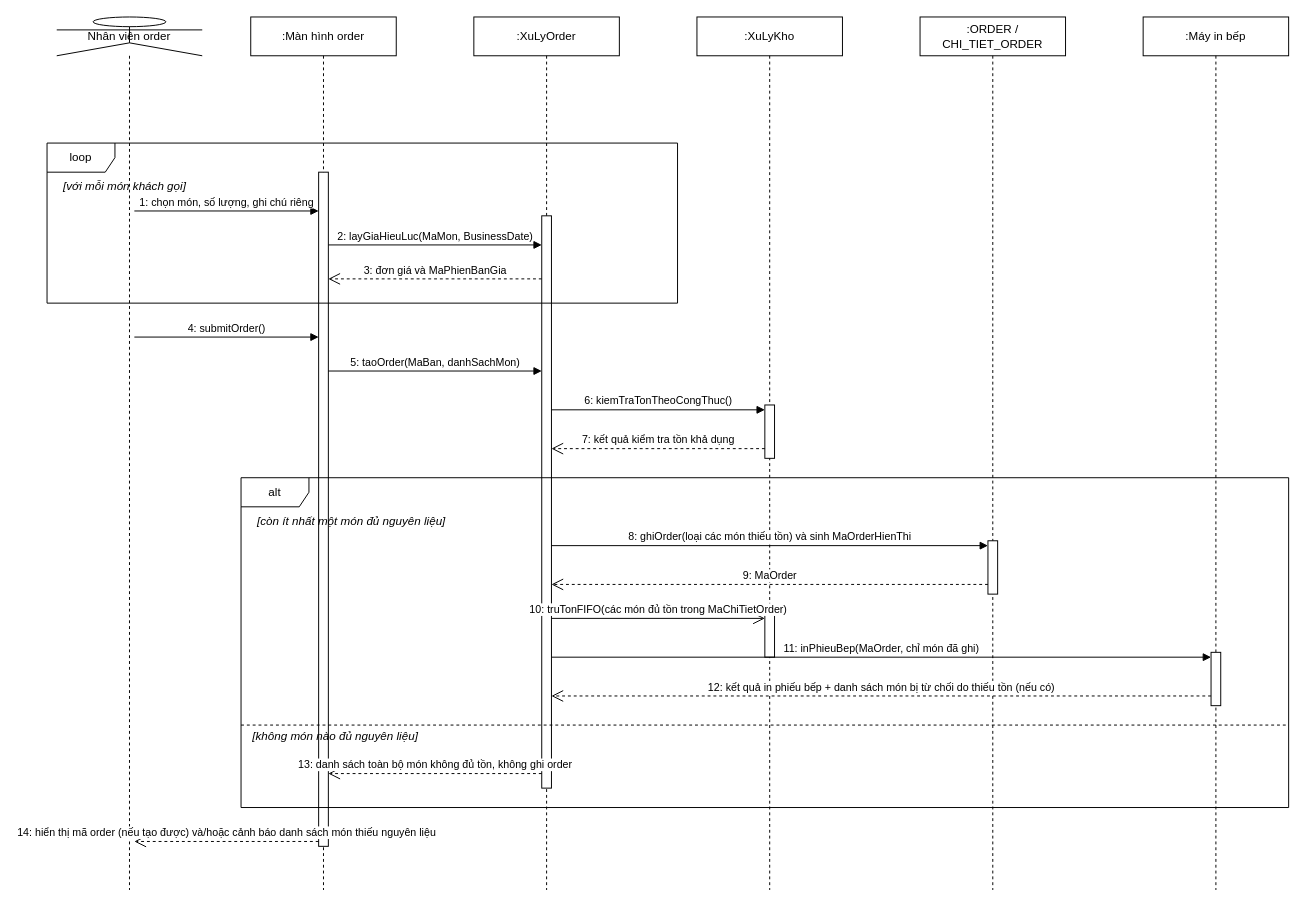
Earlier version of the draw.io diagram page "SD-02. Lập và gửi order xuống bếp" (2 of 6) of docs/SequenceDiagram_HeThongQuanLyNhaHang.drawio (nminhzzz/restaurant-management-ai). Source tidied: cells renumbered, new cells numbered last; positions are measured from the earlier drawing's top-left corner, leaving out a move shared by most shapes. Both pictures are drawn from the tidied source at 97%, with x=0, y=0 at pixel (47, 16).
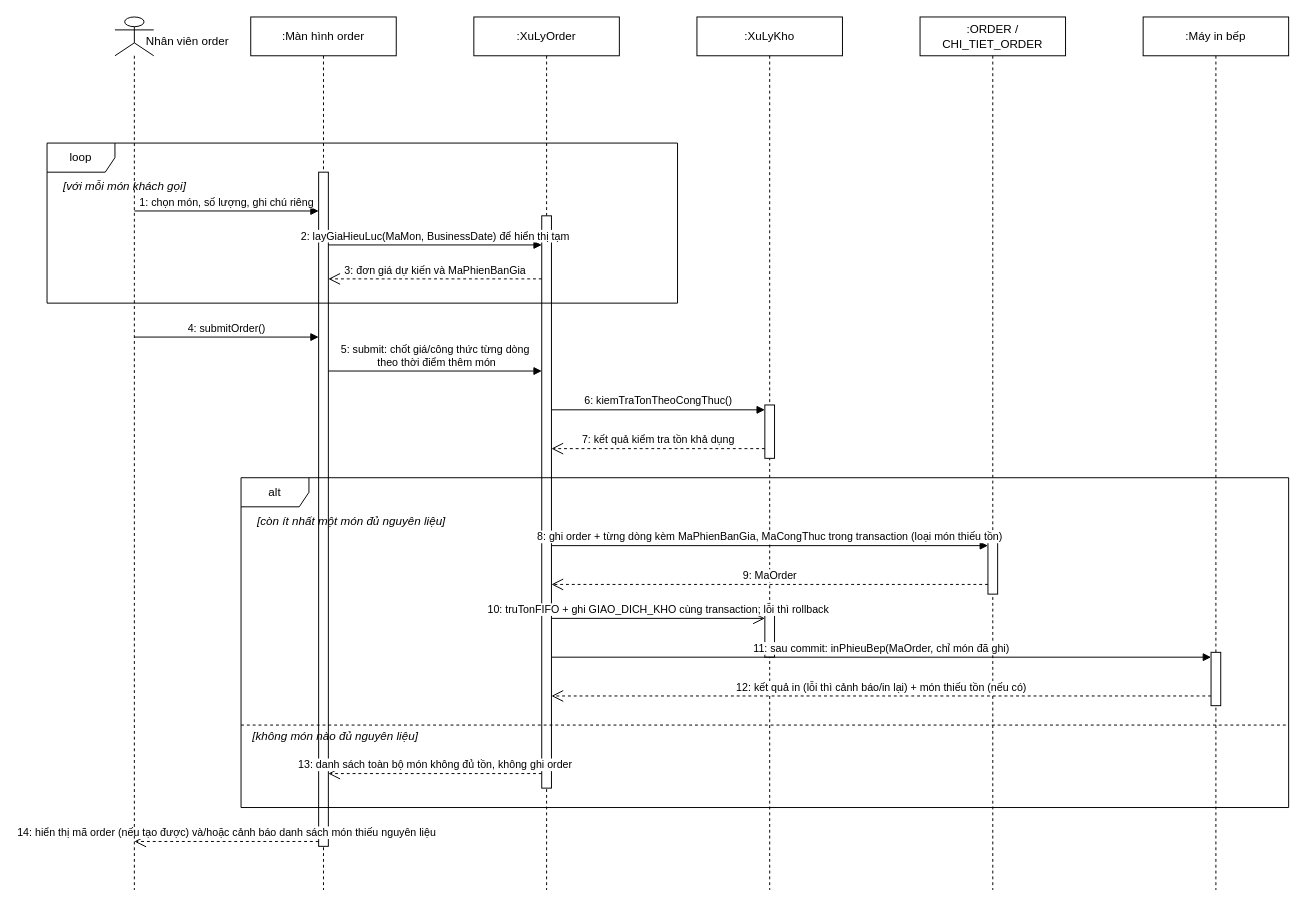
Above is the later version.

Change to the diagram source:
```diff
@@
-    <mxCell id="2" value="Nhân viên order" style="shape=umlLifeline;perimeter=lifelinePerimeter;whiteSpace=wrap;html=1;size=40;participant=umlActor;" parent="1" vertex="1">
-      <mxGeometry x="10" width="150" height="900" as="geometry" />
-    </mxCell>
@@
-    <mxCell id="17" value="2: layGiaHieuLuc(MaMon, BusinessDate)" style="html=1;verticalAlign=bottom;endArrow=block;rounded=0;endFill=1;" parent="1" edge="1">
+    <mxCell id="17" value="2: layGiaHieuLuc(MaMon, BusinessDate) để hiển thị tạm" style="html=1;verticalAlign=bottom;endArrow=block;rounded=0;endFill=1;" parent="1" edge="1">
       <mxGeometry relative="1" as="geometry">
         <mxPoint x="290" y="235" as="sourcePoint" />
         <mxPoint x="510" y="235" as="targetPoint" />
       </mxGeometry>
     </mxCell>
-    <mxCell id="18" value="3: đơn giá và MaPhienBanGia" style="html=1;verticalAlign=bottom;endArrow=open;endSize=10;dashed=1;rounded=0;" parent="1" edge="1">
+    <mxCell id="18" value="3: đơn giá dự kiến và MaPhienBanGia" style="html=1;verticalAlign=bottom;endArrow=open;endSize=10;dashed=1;rounded=0;" parent="1" edge="1">
       <mxGeometry relative="1" as="geometry">
         <mxPoint x="510" y="270" as="sourcePoint" />
         <mxPoint x="290" y="270" as="targetPoint" />
       </mxGeometry>
     </mxCell>
@@
-    <mxCell id="20" value="5: taoOrder(MaBan, danhSachMon)" style="html=1;verticalAlign=bottom;endArrow=block;rounded=0;endFill=1;" parent="1" edge="1">
+    <mxCell id="20" value="5: submit: chốt giá/công thức từng&lt;span style=&quot;background-color: light-dark(#ffffff, var(--ge-dark-color, #121212)); color: light-dark(rgb(0, 0, 0), rgb(255, 255, 255));&quot;&gt;&amp;nbsp;dòng&lt;/span&gt;&lt;div&gt;&lt;span style=&quot;background-color: light-dark(#ffffff, var(--ge-dark-color, #121212)); color: light-dark(rgb(0, 0, 0), rgb(255, 255, 255));&quot;&gt;&amp;nbsp;theo thời điểm thêm món&lt;/span&gt;&lt;/div&gt;" style="html=1;verticalAlign=bottom;endArrow=block;rounded=0;endFill=1;" parent="1" edge="1">
       <mxGeometry relative="1" as="geometry">
         <mxPoint x="290" y="365" as="sourcePoint" />
         <mxPoint x="510" y="365" as="targetPoint" />
       </mxGeometry>
     </mxCell>
@@
-    <mxCell id="25" value="8: ghiOrder(loại các món thiếu tồn) và sinh MaOrderHienThi" style="html=1;verticalAlign=bottom;endArrow=block;rounded=0;endFill=1;" parent="1" edge="1">
+    <mxCell id="25" value="8: ghi order + từng dòng kèm MaPhienBanGia, MaCongThuc trong transaction (loại món thiếu tồn)" style="html=1;verticalAlign=bottom;endArrow=block;rounded=0;endFill=1;" parent="1" edge="1">
       <mxGeometry relative="1" as="geometry">
         <mxPoint x="520" y="545" as="sourcePoint" />
         <mxPoint x="970" y="545" as="targetPoint" />
       </mxGeometry>
     </mxCell>
@@
-    <mxCell id="27" value="10: truTonFIFO(các món đủ tồn trong MaChiTietOrder)" style="html=1;verticalAlign=bottom;endArrow=open;endSize=10;rounded=0;" parent="1" edge="1">
+    <mxCell id="27" value="10: truTonFIFO + ghi GIAO_DICH_KHO cùng transaction; lỗi thì rollback" style="html=1;verticalAlign=bottom;endArrow=open;endSize=10;rounded=0;" parent="1" edge="1">
       <mxGeometry relative="1" as="geometry">
         <mxPoint x="520" y="620" as="sourcePoint" />
         <mxPoint x="740" y="620" as="targetPoint" />
       </mxGeometry>
     </mxCell>
-    <mxCell id="28" value="11: inPhieuBep(MaOrder, chỉ món đã ghi)" style="html=1;verticalAlign=bottom;endArrow=block;rounded=0;endFill=1;" parent="1" edge="1">
+    <mxCell id="28" value="11: sau commit: inPhieuBep(MaOrder, chỉ món đã ghi)" style="html=1;verticalAlign=bottom;endArrow=block;rounded=0;endFill=1;" parent="1" edge="1">
       <mxGeometry relative="1" as="geometry">
         <mxPoint x="520" y="660" as="sourcePoint" />
         <mxPoint x="1200" y="660" as="targetPoint" />
       </mxGeometry>
     </mxCell>
-    <mxCell id="29" value="12: kết quả in phiếu bếp + danh sách món bị từ chối do thiếu tồn (nếu có)" style="html=1;verticalAlign=bottom;endArrow=open;endSize=10;dashed=1;rounded=0;" parent="1" edge="1">
+    <mxCell id="29" value="12: kết quả in (lỗi thì cảnh báo/in lại) + món thiếu tồn (nếu có)" style="html=1;verticalAlign=bottom;endArrow=open;endSize=10;dashed=1;rounded=0;" parent="1" edge="1">
       <mxGeometry relative="1" as="geometry">
         <mxPoint x="1200" y="700" as="sourcePoint" />
         <mxPoint x="520" y="700" as="targetPoint" />
       </mxGeometry>
     </mxCell>
@@
+    <mxCell id="34" style="shape=umlLifeline;perimeter=lifelinePerimeter;whiteSpace=wrap;html=1;size=40;participant=umlActor;" parent="1" vertex="1">
+      <mxGeometry x="70" width="40" height="900" as="geometry" />
+    </mxCell>
+    <mxCell id="2" value="Nhân viên order" style="text;html=1;whiteSpace=wrap;strokeColor=none;fillColor=none;align=center;verticalAlign=middle;rounded=0;" parent="1" vertex="1">
+      <mxGeometry x="100" y="10" width="90" height="30" as="geometry" />
+    </mxCell>
```
